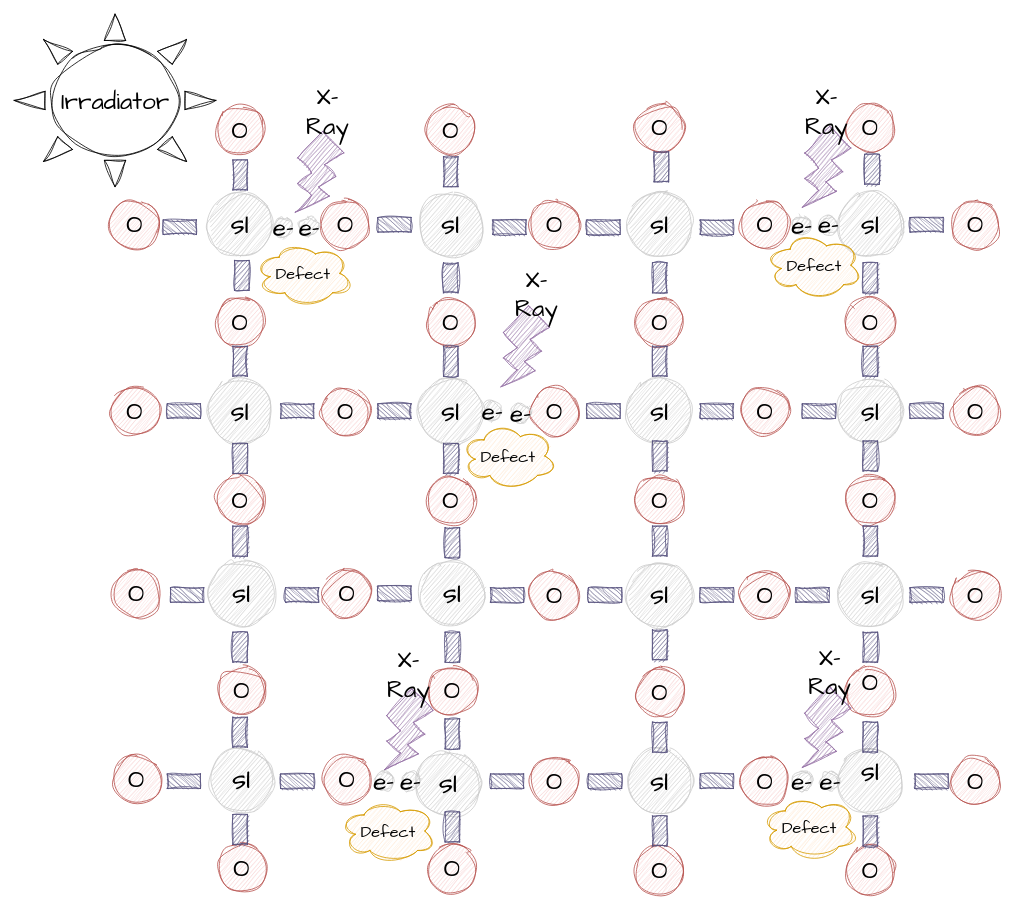
This is Defect_creation.drawio from 666creeping666death/C-code, a draw.io file, before an edit. Source tidied: cells renumbered, new cells numbered last; positions are measured from the earlier drawing's top-left corner, leaving out a move shared by most shapes. Both pictures are drawn from the tidied source at 81%, with x=0, y=0 at pixel (14, 14).
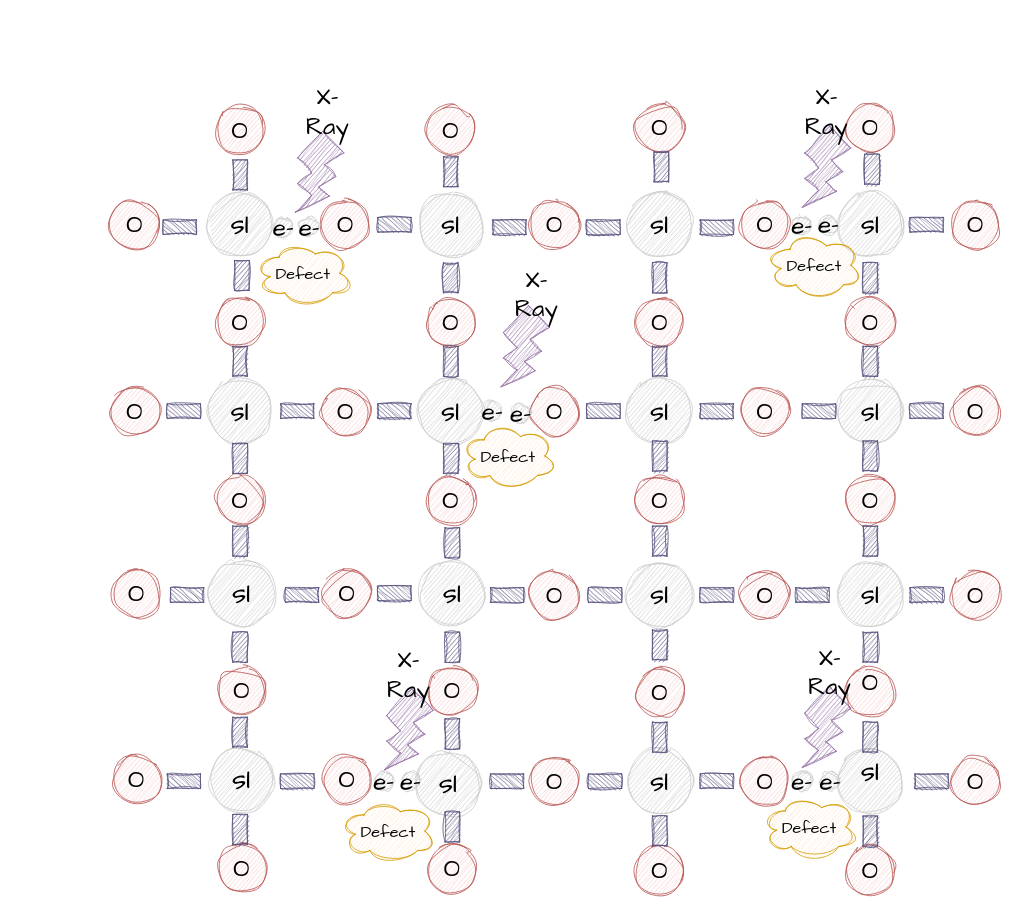
After the change.

The edit, as a diff of the source:
```diff
@@
-    <mxCell id="117" style="verticalLabelPosition=bottom;verticalAlign=top;html=1;shape=mxgraph.basic.sun;sketch=1;hachureGap=4;jiggle=2;curveFitting=1;fontFamily=Architects Daughter;fontSize=20;" parent="1" vertex="1">
-      <mxGeometry width="249" height="213" as="geometry" />
-    </mxCell>
@@
-    <mxCell id="128" value="&lt;font style=&quot;font-size: 30px;&quot;&gt;Irradiator&lt;/font&gt;" style="text;html=1;strokeColor=none;fillColor=none;align=center;verticalAlign=middle;whiteSpace=wrap;rounded=0;fontSize=20;fontFamily=Architects Daughter;" parent="1" vertex="1">
-      <mxGeometry x="94.5" y="91.5" width="60" height="30" as="geometry" />
-    </mxCell>
```
